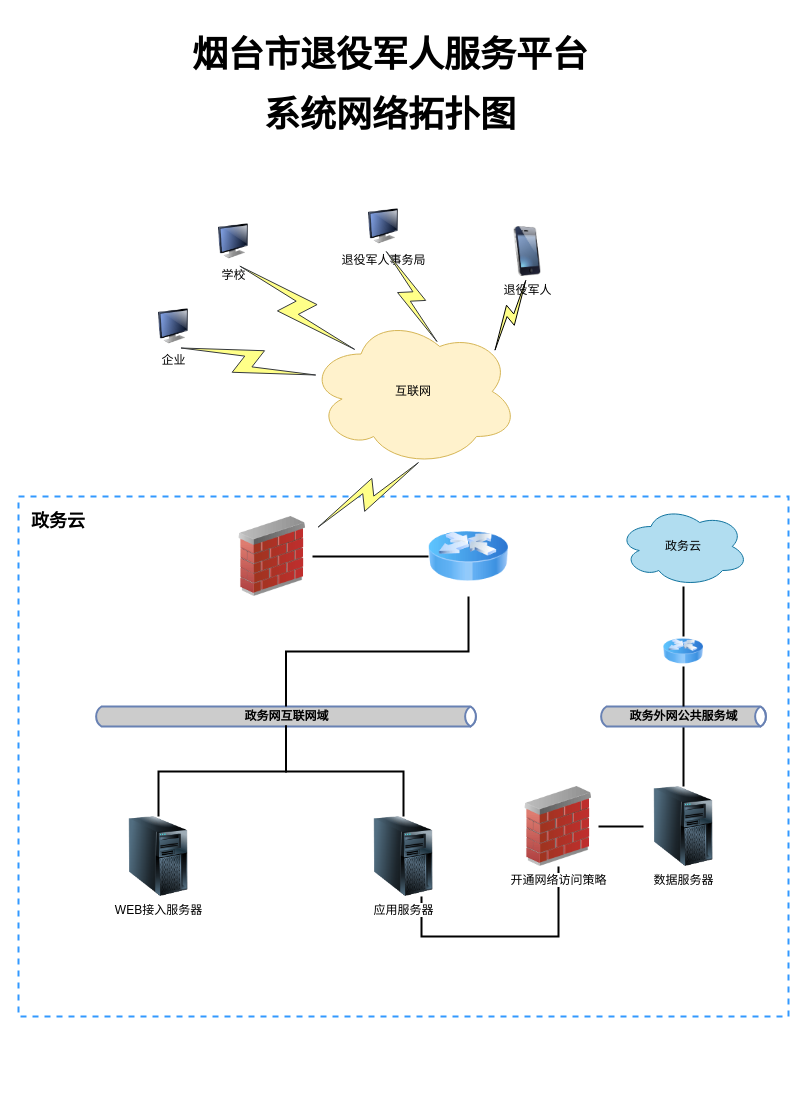
z-cloud-z/draw keeps this draw.io diagram as 系统网络拓扑图.drawio. Above is the earlier version. Source tidied: cells renumbered, new cells numbered last; positions are measured from the earlier drawing's top-left corner, leaving out a move shared by most shapes. Both pictures are drawn from the tidied source at 100%, with x=0, y=0 at pixel (18, 36).
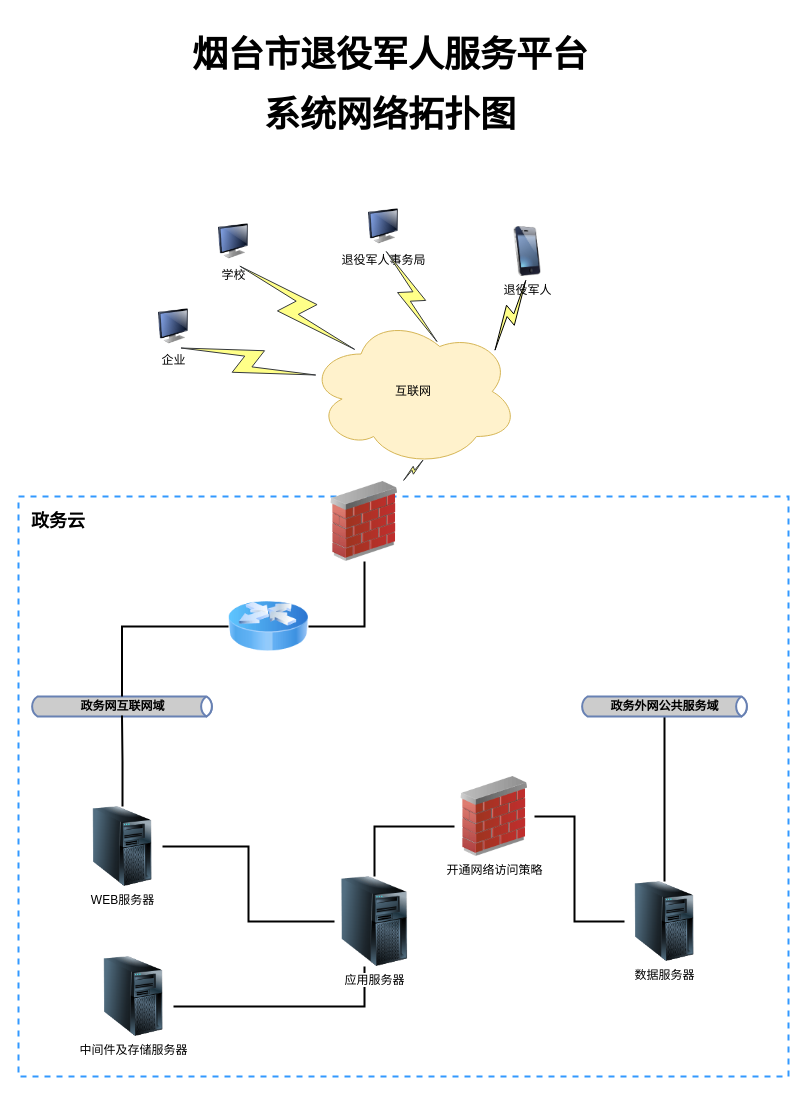
Above is the later version.

Commit message:
更新系统网络拓扑图.drawio

The edit, as a diff of the source:
```diff
@@
     <mxCell id="2" style="rounded=0;whiteSpace=wrap;html=1;dashed=1;fillColor=none;align=left;strokeWidth=2;strokeColor=#3399FF;" parent="1" vertex="1">
-      <mxGeometry y="460" width="770" height="520" as="geometry" />
+      <mxGeometry y="460" width="770" height="580" as="geometry" />
     </mxCell>
@@
     <mxCell id="4" style="edgeStyle=orthogonalEdgeStyle;rounded=0;jettySize=auto;html=1;strokeColor=#000000;strokeWidth=2;fontColor=#000000;endArrow=none;endFill=0;" parent="1" edge="1" source="5" target="20">
-      <mxGeometry relative="1" as="geometry" />
+      <mxGeometry relative="1" as="geometry">
+        <Array as="points">
+          <mxPoint x="346" y="590" />
+        </Array>
+      </mxGeometry>
     </mxCell>
     <mxCell id="5" style="image;html=1;image=img/lib/clip_art/networking/Firewall_02_128x128.png;" parent="1" vertex="1">
-      <mxGeometry x="214" y="480" width="80" height="80" as="geometry" />
+      <mxGeometry x="306" y="445" width="80" height="80" as="geometry" />
     </mxCell>
@@
     <mxCell id="16" value="&lt;b&gt;政务网互联网域&lt;/b&gt;" style="html=1;outlineConnect=0;fillColor=#CCCCCC;strokeColor=#6881B3;gradientColor=none;gradientDirection=north;strokeWidth=2;shape=mxgraph.networks.bus;gradientColor=none;gradientDirection=north;fontColor=#000000;perimeter=backbonePerimeter;backboneSize=20;" parent="1" vertex="1">
-      <mxGeometry x="75" y="670" width="385" height="20" as="geometry" />
+      <mxGeometry x="11" y="660" width="185" height="20" as="geometry" />
     </mxCell>
@@
+    <mxCell id="34" style="edgeStyle=orthogonalEdgeStyle;rounded=0;jettySize=auto;html=1;strokeWidth=2;endArrow=none;endFill=0;" parent="1" edge="1" source="18" target="23">
+      <mxGeometry relative="1" as="geometry" />
+    </mxCell>
-    <mxCell id="18" value="WEB接入服务器" style="image;html=1;image=img/lib/clip_art/computers/Server_Tower_128x128.png;fontColor=#000000;" parent="1" vertex="1">
-      <mxGeometry x="100" y="780" width="80" height="80" as="geometry" />
+    <mxCell id="18" value="WEB服务器" style="image;html=1;image=img/lib/clip_art/computers/Server_Tower_128x128.png;fontColor=#000000;" parent="1" vertex="1">
+      <mxGeometry x="64" y="770" width="80" height="80" as="geometry" />
     </mxCell>
@@
     <mxCell id="20" style="image;html=1;image=img/lib/clip_art/networking/Router_Icon_128x128.png;" parent="1" vertex="1">
-      <mxGeometry x="410" y="480" width="80" height="80" as="geometry" />
+      <mxGeometry x="210" y="550" width="80" height="80" as="geometry" />
     </mxCell>
-    <mxCell id="21" style="edgeStyle=orthogonalEdgeStyle;rounded=0;jettySize=auto;html=1;strokeColor=#000000;strokeWidth=2;fontColor=#000000;endArrow=none;endFill=0;" parent="1" edge="1" source="23" target="16">
-      <mxGeometry relative="1" as="geometry" />
-    </mxCell>
     <mxCell id="22" style="edgeStyle=orthogonalEdgeStyle;rounded=0;jettySize=auto;html=1;strokeColor=#000000;strokeWidth=2;fontSize=12;fontColor=#000000;endArrow=none;endFill=0;" parent="1" edge="1" source="23" target="29">
       <mxGeometry relative="1" as="geometry">
         <Array as="points">
-          <mxPoint x="403" y="900" />
-          <mxPoint x="540" y="900" />
+          <mxPoint x="356" y="790" />
         </Array>
       </mxGeometry>
     </mxCell>
+    <mxCell id="35" style="edgeStyle=orthogonalEdgeStyle;rounded=0;jettySize=auto;html=1;endArrow=none;endFill=0;strokeWidth=2;" parent="1" edge="1" source="23" target="36">
+      <mxGeometry relative="1" as="geometry">
+        <Array as="points">
+          <mxPoint x="346" y="970" />
+        </Array>
+      </mxGeometry>
+    </mxCell>
     <mxCell id="23" value="应用服务器" style="image;html=1;image=img/lib/clip_art/computers/Server_Tower_128x128.png;fontColor=#000000;" parent="1" vertex="1">
-      <mxGeometry x="345" y="780" width="80" height="80" as="geometry" />
+      <mxGeometry x="316" y="840" width="80" height="90" as="geometry" />
     </mxCell>
@@
     <mxCell id="25" style="edgeStyle=orthogonalEdgeStyle;rounded=0;jettySize=auto;html=1;strokeColor=#000000;strokeWidth=2;fontSize=12;fontColor=#000000;endArrow=none;endFill=0;" parent="1" edge="1" source="26" target="29">
-      <mxGeometry relative="1" as="geometry" />
+      <mxGeometry relative="1" as="geometry">
+        <Array as="points">
+          <mxPoint x="556" y="885" />
+          <mxPoint x="556" y="780" />
+        </Array>
+      </mxGeometry>
     </mxCell>
     <mxCell id="26" value="数据服务器" style="image;html=1;image=img/lib/clip_art/computers/Server_Tower_128x128.png;fontColor=#000000;" parent="1" vertex="1">
-      <mxGeometry x="625" y="750" width="80" height="80" as="geometry" />
+      <mxGeometry x="606" y="845" width="80" height="80" as="geometry" />
     </mxCell>
@@
     <mxCell id="28" value="&lt;b&gt;政务外网公共服务域&lt;/b&gt;" style="html=1;outlineConnect=0;fillColor=#CCCCCC;strokeColor=#6881B3;gradientColor=none;gradientDirection=north;strokeWidth=2;shape=mxgraph.networks.bus;gradientColor=none;gradientDirection=north;fontColor=#000000;perimeter=backbonePerimeter;backboneSize=20;" parent="1" vertex="1">
-      <mxGeometry x="580" y="670" width="170" height="20" as="geometry" />
+      <mxGeometry x="561" y="660" width="170" height="20" as="geometry" />
     </mxCell>
     <mxCell id="29" value="开通网络访问策略" style="image;html=1;image=img/lib/clip_art/networking/Firewall_02_128x128.png;" parent="1" vertex="1">
-      <mxGeometry x="500" y="750" width="80" height="80" as="geometry" />
+      <mxGeometry x="436" y="740" width="80" height="80" as="geometry" />
     </mxCell>
-    <mxCell id="30" style="edgeStyle=orthogonalEdgeStyle;rounded=0;jettySize=auto;html=1;strokeColor=#000000;strokeWidth=2;fontSize=12;fontColor=#000000;endArrow=none;endFill=0;" parent="1" edge="1" source="31" target="33">
-      <mxGeometry relative="1" as="geometry" />
-    </mxCell>
-    <mxCell id="31" value="政务云" style="ellipse;shape=cloud;whiteSpace=wrap;html=1;fillColor=#b1ddf0;strokeColor=#10739e;" parent="1" vertex="1">
-      <mxGeometry x="600" y="470" width="130" height="80" as="geometry" />
-    </mxCell>
-    <mxCell id="32" style="edgeStyle=orthogonalEdgeStyle;rounded=0;jettySize=auto;html=1;strokeColor=#000000;strokeWidth=2;fontSize=12;fontColor=#000000;endArrow=none;endFill=0;" parent="1" edge="1" source="33" target="28">
-      <mxGeometry relative="1" as="geometry" />
-    </mxCell>
-    <mxCell id="33" style="image;html=1;image=img/lib/clip_art/networking/Router_Icon_128x128.png;" parent="1" vertex="1">
-      <mxGeometry x="645" y="600" width="40" height="30" as="geometry" />
-    </mxCell>
+    <mxCell id="36" value="中间件及存储服务器" style="image;html=1;image=img/lib/clip_art/computers/Server_Tower_128x128.png;fontColor=#000000;" parent="1" vertex="1">
+      <mxGeometry x="75" y="920" width="80" height="80" as="geometry" />
+    </mxCell>
```
